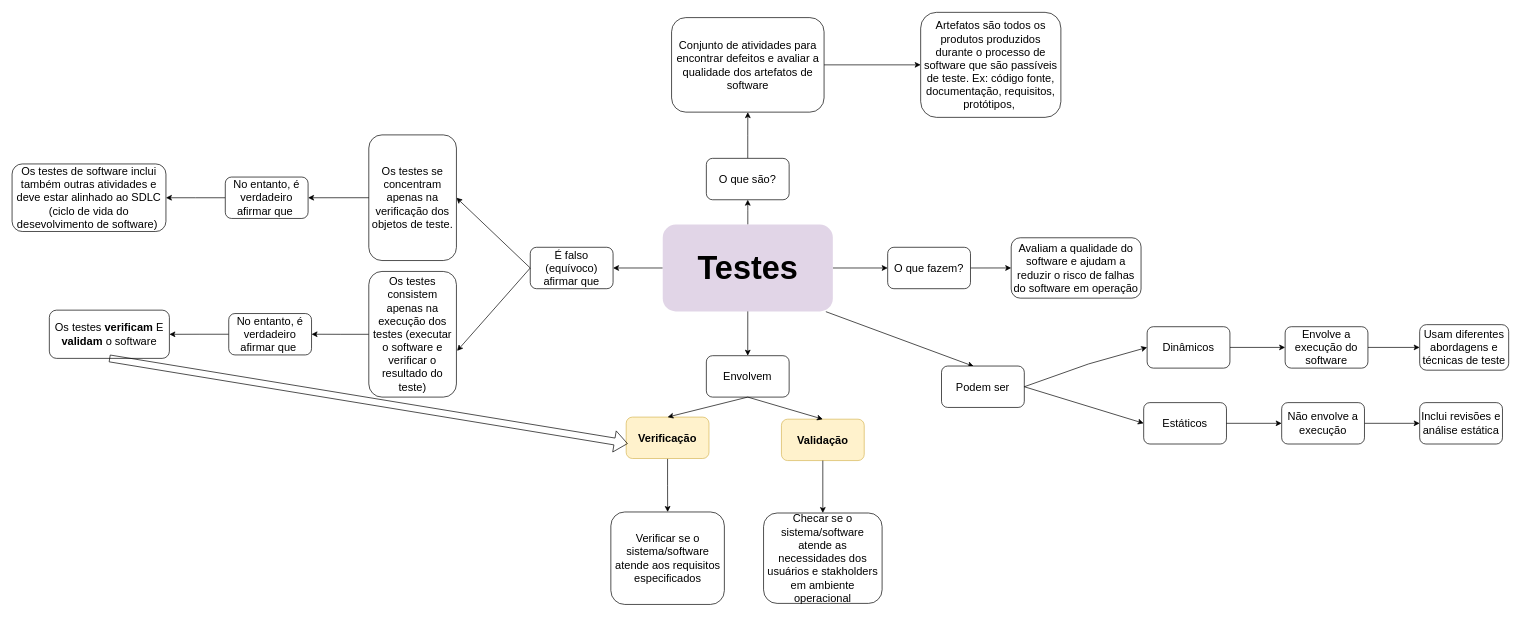
The draw.io diagram page "Subtopico1.1" (1 of 16) of capitulo1.drawio in Natalirodriguess/estudos, before the edit. Source tidied: cells renumbered, new cells numbered last; positions are measured from the earlier drawing's top-left corner, leaving out a move shared by most shapes. Both pictures are drawn from the tidied source at 69%, with x=0, y=0 at pixel (12, 12).
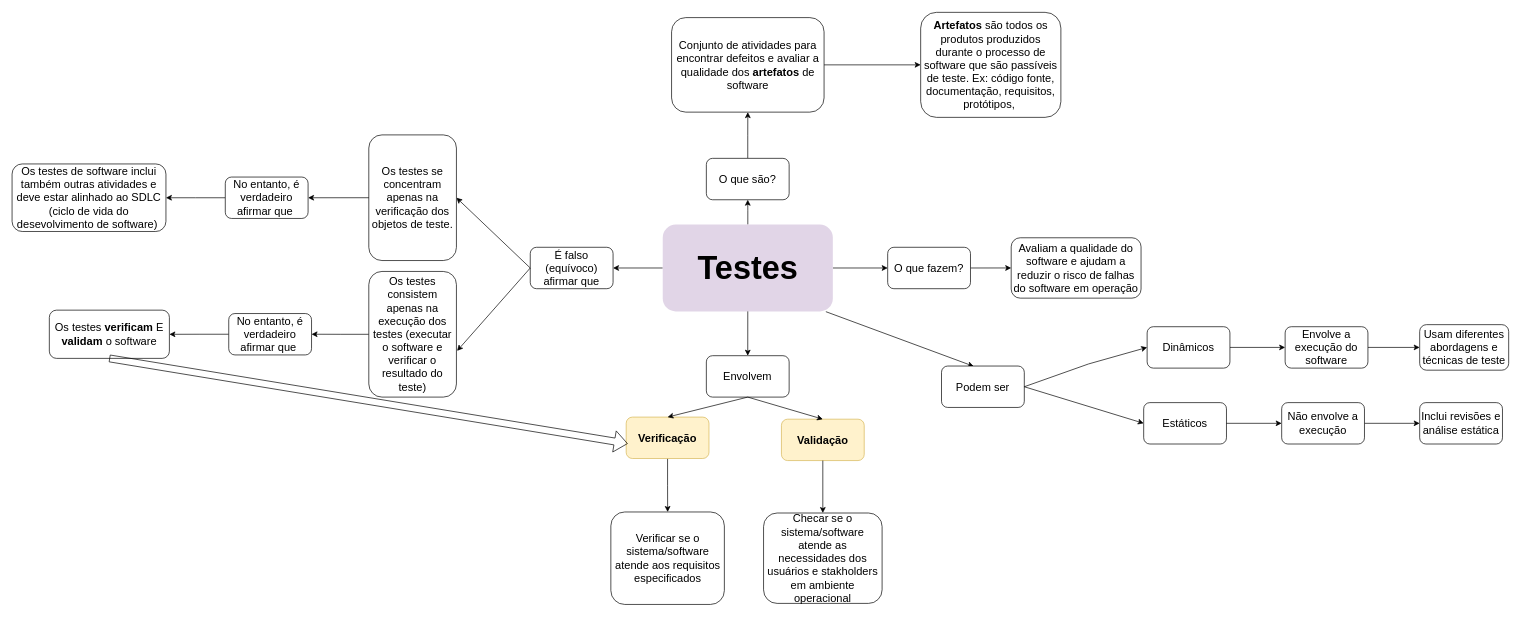
The same diagram, later.

Diff of the diagram source:
```diff
@@
-    <mxCell id="9" value="Conjunto de atividades para encontrar defeitos e avaliar a qualidade dos artefatos de software" style="whiteSpace=wrap;html=1;rounded=1;fontSize=16;" parent="1" vertex="1">
+    <mxCell id="9" value="Conjunto de atividades para encontrar defeitos e avaliar a qualidade dos &lt;b&gt;artefatos &lt;/b&gt;de software" style="whiteSpace=wrap;html=1;rounded=1;fontSize=16;" parent="1" vertex="1">
       <mxGeometry x="955.8" y="8" width="221" height="137" as="geometry" />
     </mxCell>
-    <mxCell id="10" value="Artefatos são todos os produtos produzidos durante o processo de software que são passíveis de teste. Ex: código fonte, documentação, requisitos, protótipos,&amp;nbsp;" style="whiteSpace=wrap;html=1;rounded=1;fontSize=16;" parent="1" vertex="1">
+    <mxCell id="10" value="&lt;b&gt;Artefatos &lt;/b&gt;são todos os produtos produzidos durante o processo de software que são passíveis de teste. Ex: código fonte, documentação, requisitos, protótipos,&amp;nbsp;" style="whiteSpace=wrap;html=1;rounded=1;fontSize=16;" parent="1" vertex="1">
       <mxGeometry x="1316.8" y="0.4" width="203.2" height="152.2" as="geometry" />
     </mxCell>
```
